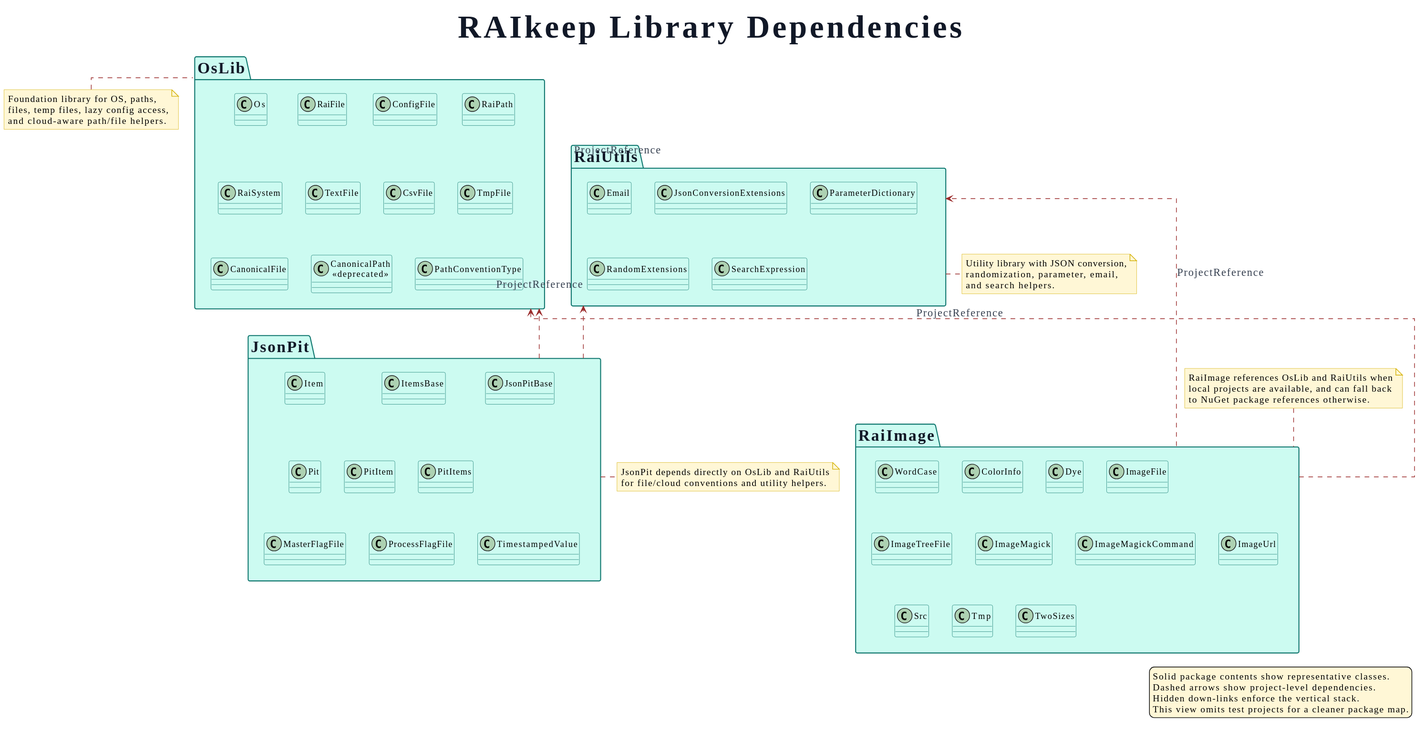
Above: RAIkeep-Library-Dependencies.svg in Burkhardt/RAIkeep (PlantUML), before the change. Source of this version:
```plantuml
@startuml
title RAIkeep Library Dependencies

top to bottom direction

skinparam backgroundColor white
skinparam shadowing false
skinparam linetype ortho
skinparam DiagramFontName "Casual"
skinparam DiagramFontSize 36
skinparam TitleFontName "Casual"
skinparam TitleFontSize 48
skinparam TitleFontColor #111827
skinparam HeaderFontSize 36
skinparam PackageStyle package
skinparam ArrowColor #9b2c2c
skinparam ArrowFontColor #374151
skinparam ArrowFontName "Casual"
skinparam PackageBorderColor #0f766e
skinparam PackageFontColor #111827
skinparam PackageFontSize 24
skinparam PackageFontName "Casual"
skinparam PackageBackgroundColor #ccfbf1
skinparam IconPackageColor #fef3c7
skinparam ClassBorderColor #0f766e
skinparam NoteBackgroundColor #fff7d6
skinparam NoteBorderColor #d4b106
skinparam NoteShadowing false
skinparam NoteFontName "Casual"
skinparam NoteFontSize 14
skinparam ClassBackgroundColor #ccfbf1
skinparam ClassFontName "Casual"
skinparam ClassFontSize 13
skinparam ArrowFontSize 16
skinparam ArrowTextAlignment right
skinparam LegendBackgroundColor #fff7d6
skinparam LegendFontName "Casual"
skinparam LegendFontSize 14

package "OsLib" as P_OsLib {
	class "Os" as COs [[Os-ClassDiagram.svg{Open Details Diagram for class Os}]]
	class RaiFile
	class ConfigFile
	class RaiPath
	class RaiSystem
	class TextFile
	class CsvFile
	class TmpFile
	class CanonicalFile
	class "CanonicalPath\n<<deprecated>>" as CanonicalPath
	class PathConventionType
}

package "RaiUtils" as P_RaiUtils {
	class Email
	class JsonConversionExtensions
	class ParameterDictionary
	class RandomExtensions
	class SearchExpression
}

package "JsonPit" as P_JsonPit {
	class Item
	class ItemsBase
	class JsonPitBase
	class Pit
	class PitItem
	class PitItems
	class MasterFlagFile
	class ProcessFlagFile
	class TimestampedValue
}

package "RaiImage" as P_RaiImage {
	class WordCase
	class ColorInfo
	class Dye
	class ImageFile
	class ImageTreeFile
	class ImageMagick
	class ImageMagickCommand
	class ImageUrl
	class Src
	class Tmp
	class TwoSizes
}

P_OsLib -[hidden]down-> P_RaiUtils
P_RaiUtils -[hidden]down-> P_JsonPit
P_JsonPit -[hidden]down-> P_RaiImage

P_JsonPit ..[norank]> P_OsLib : ProjectReference
P_JsonPit ..[norank]> P_RaiUtils : ProjectReference

P_RaiImage ..[norank]> P_OsLib : ProjectReference
P_RaiImage ..[norank]> P_RaiUtils : ProjectReference

note left of P_OsLib
	Foundation library for OS, paths,
	files, temp files, lazy config access,
	and cloud-aware path/file helpers.
end note

note bottom of P_RaiUtils
	Utility library with JSON conversion,
	randomization, parameter, email,
	and search helpers.
end note

note bottom of P_JsonPit
	JsonPit depends directly on OsLib and RaiUtils
	for file/cloud conventions and utility helpers.
end note

note top of P_RaiImage
	RaiImage references OsLib and RaiUtils when
	local projects are available, and can fall back
	to NuGet package references otherwise.
end note

legend right
	Solid package contents show representative classes.
	Dashed arrows show project-level dependencies.
	Hidden down-links enforce the vertical stack.
	This view omits test projects for a cleaner package map.
endlegend
@enduml
```
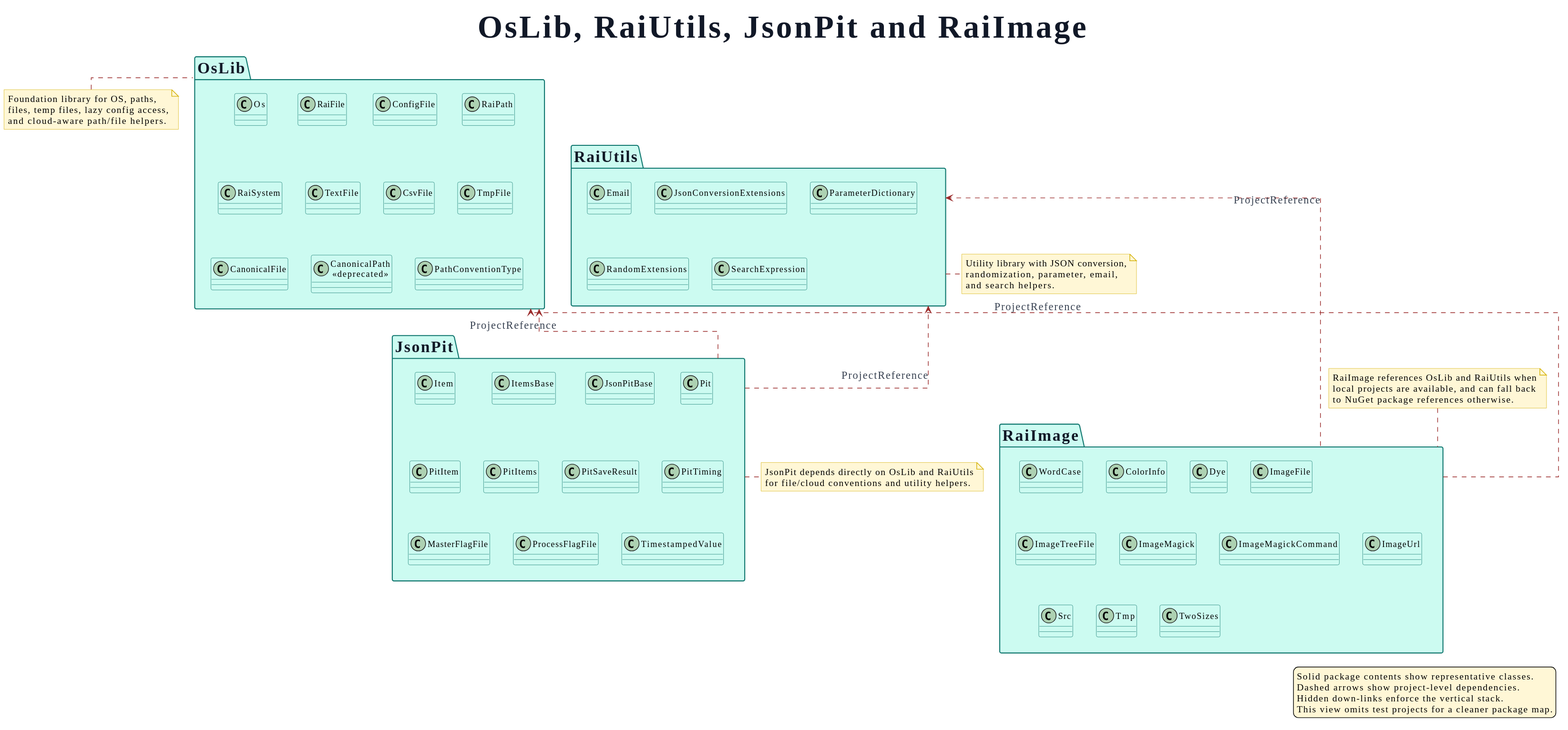
After the commit.

Change to the diagram source:
```diff
@@ -1,5 +1,5 @@
 @startuml
-title RAIkeep Library Dependencies
+title OsLib, RaiUtils, JsonPit and RaiImage
 
 top to bottom direction
 
@@ -38,7 +38,7 @@
 skinparam LegendFontSize 14
 
 package "OsLib" as P_OsLib {
-	class "Os" as COs [[Os-ClassDiagram.svg{Open Details Diagram for class Os}]]
+	class "Os" as COs [[OsLib/Os-ClassDiagram.svg{Open Details Diagram for class Os}]]
 	class RaiFile
 	class ConfigFile
 	class RaiPath
@@ -66,6 +66,8 @@
 	class Pit
 	class PitItem
 	class PitItems
+	class PitSaveResult
+	class PitTiming
 	class MasterFlagFile
 	class ProcessFlagFile
 	class TimestampedValue
```
